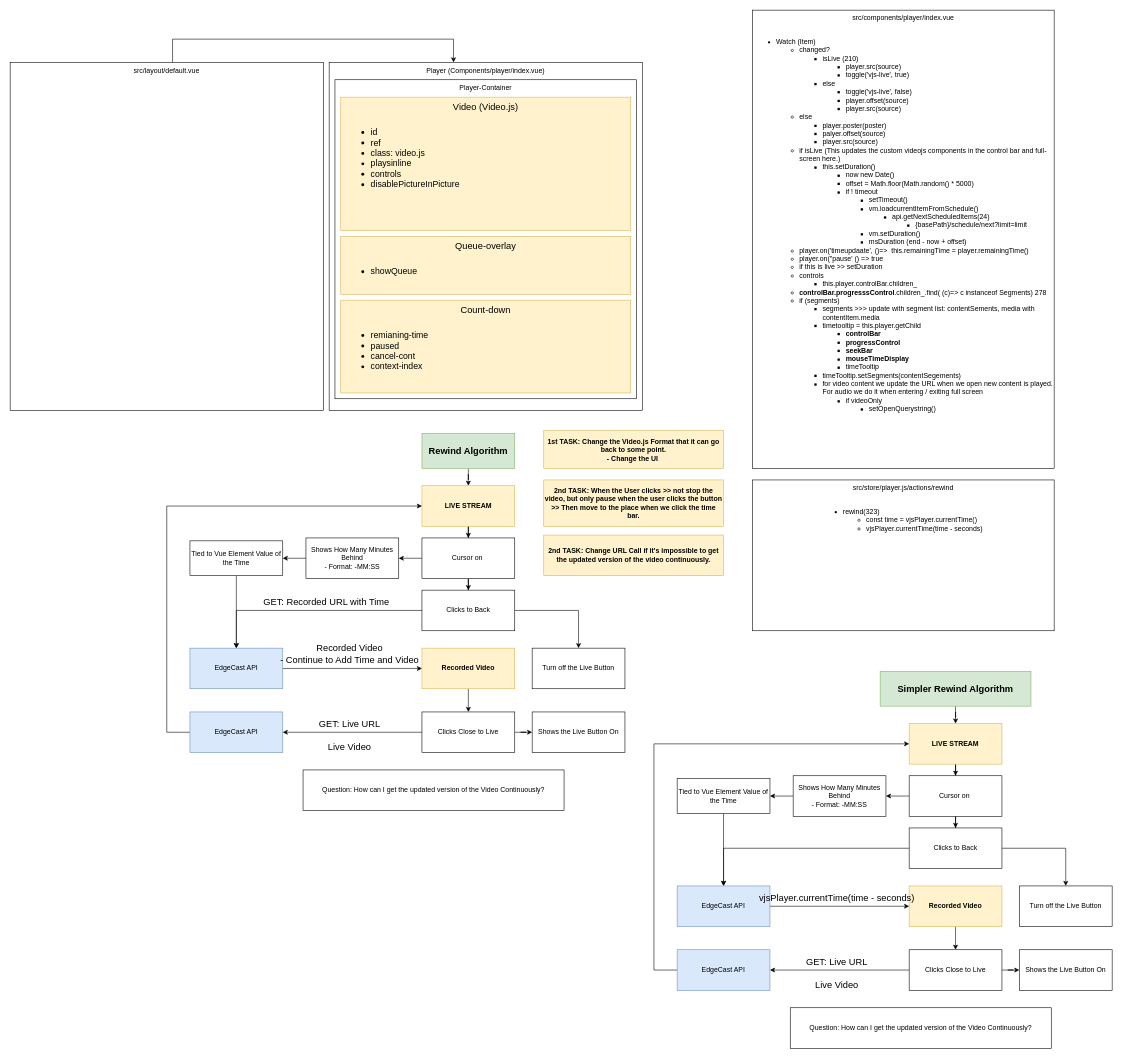
The draw.io diagram BYUB_Rewind.drawio in brightlightkim/Coding_Design, before the edit. Source tidied: cells renumbered, new cells numbered last; positions are measured from the earlier drawing's top-left corner, leaving out a move shared by most shapes. Both pictures are drawn from the tidied source at 58%, with x=0, y=0 at pixel (10, 10).
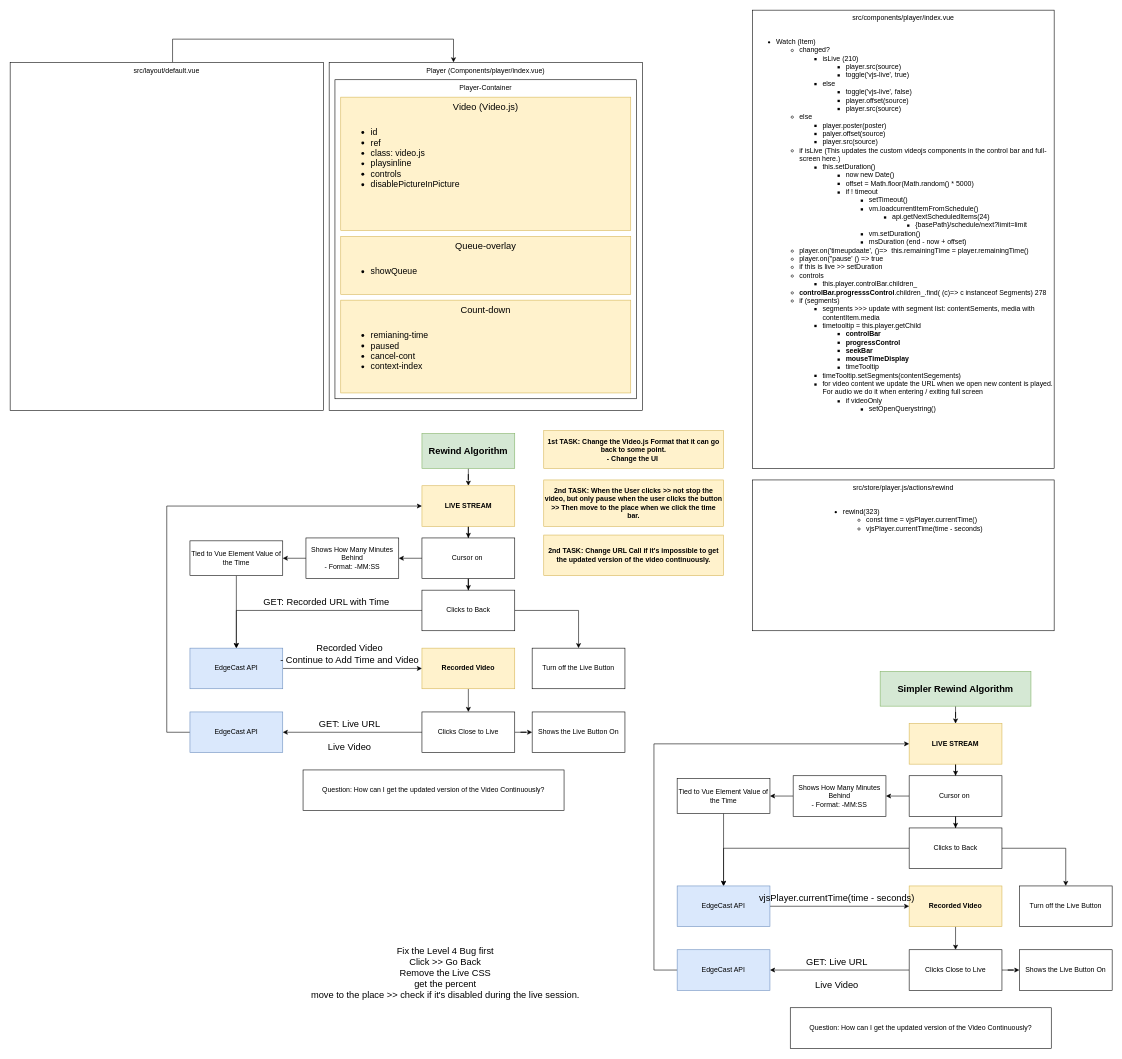
Above is the later version.

Diff of the diagram source:
```diff
@@
+    <mxCell id="76" value="Fix the Level 4 Bug first&lt;br&gt;Click &amp;gt;&amp;gt; Go Back&lt;br&gt;Remove the Live CSS&lt;br&gt;get the percent&lt;br&gt;move to the place &amp;gt;&amp;gt; check if it's disabled during the live session." style="text;html=1;align=center;verticalAlign=middle;strokeColor=none;fillColor=none;fontSize=16;" parent="1" vertex="1">
+      <mxGeometry x="510" y="1610" width="480" height="100" as="geometry" />
+    </mxCell>
```
